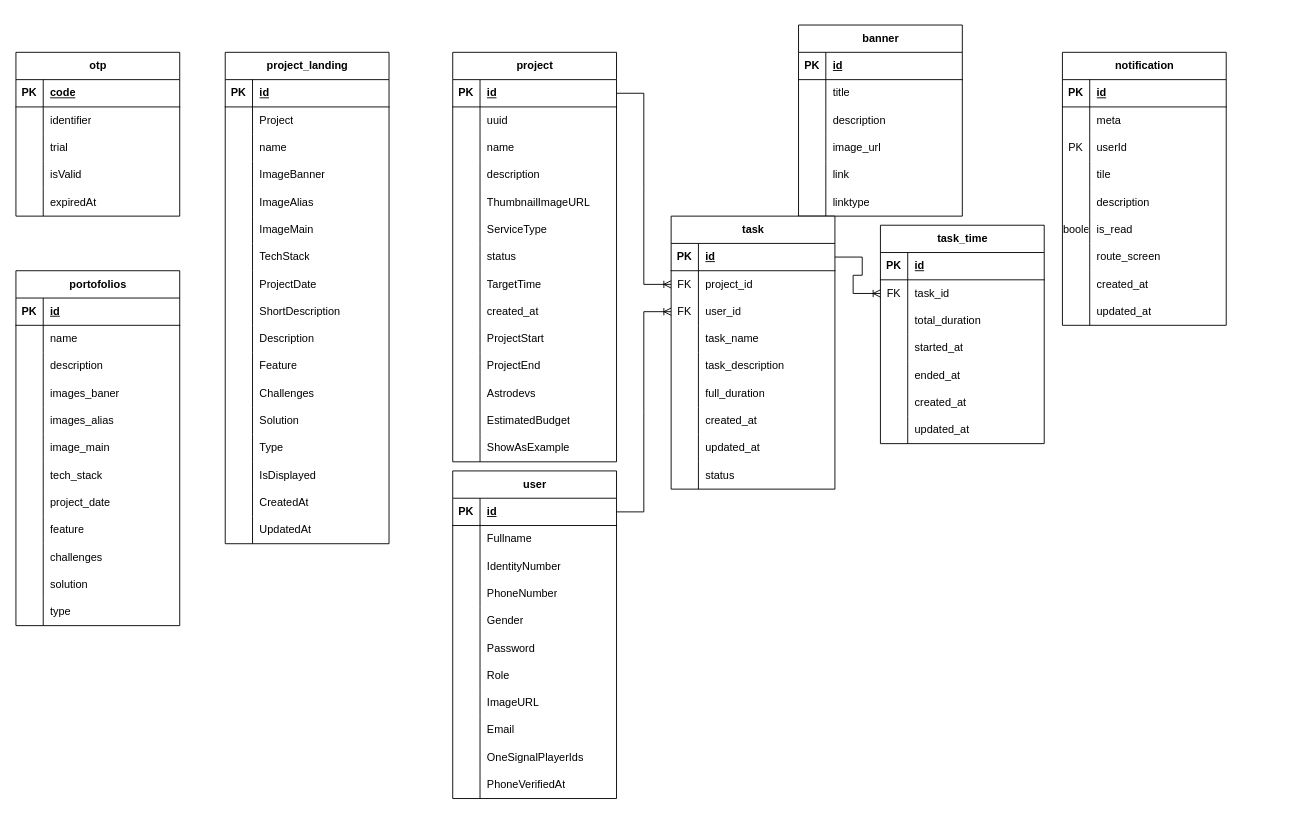
The draw.io diagram starspace/db_codespacex.drawio in DemoNicky/technical-test, before the edit. Source tidied: cells renumbered, new cells numbered last; positions are measured from the earlier drawing's top-left corner, leaving out a move shared by most shapes. Both pictures are drawn from the tidied source at 91%, with x=0, y=0 at pixel (15, 25).
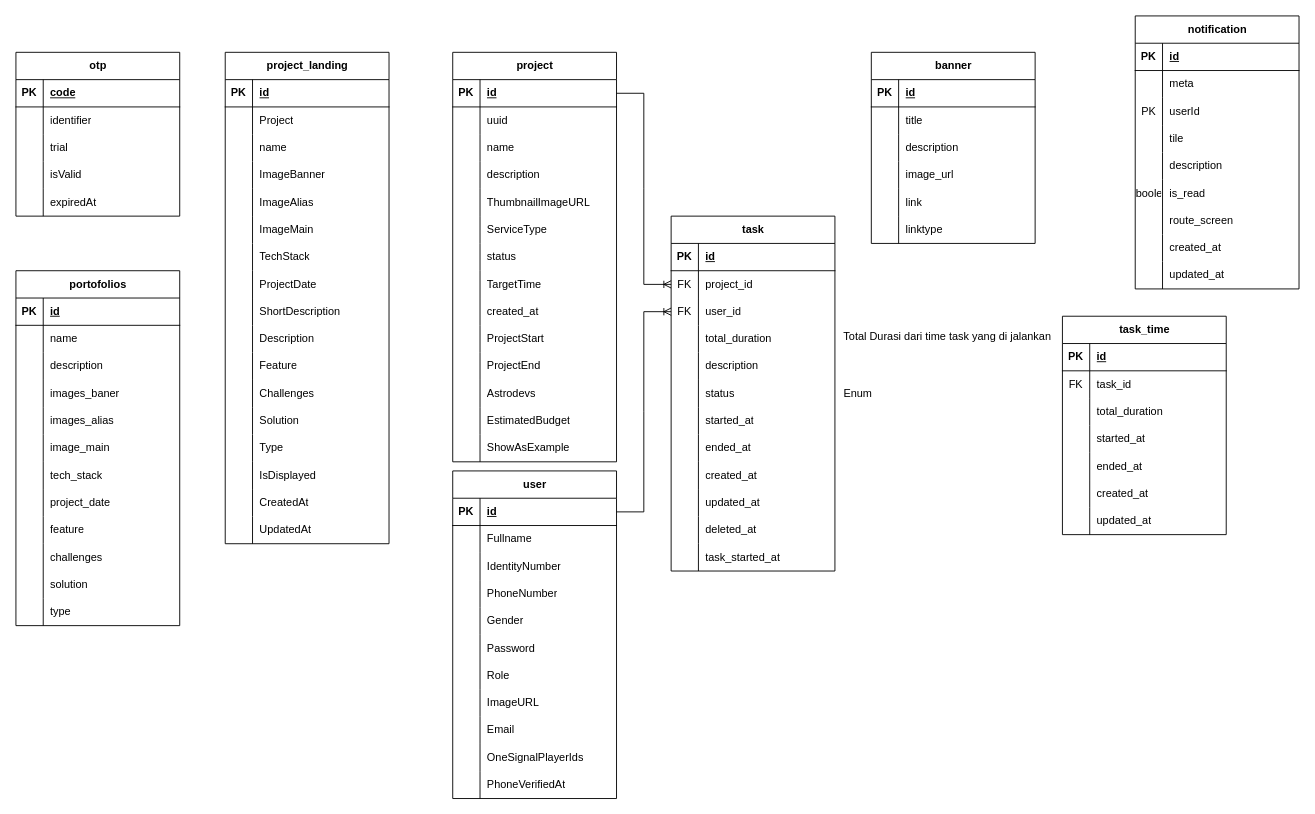
After the change.

Unchanged cells that the change refers to:
```xml
<mxCell id="232" style="shape=tableRow;horizontal=0;startSize=0;swimlaneHead=0;swimlaneBody=0;fillColor=none;points=[[0,0.5],[1,0.5]];portConstraint=eastwest;top=0;left=0;right=0;bottom=1;" parent="231" vertex="1">
  <mxGeometry y="30" width="180" height="30" as="geometry" />
</mxCell>
<mxCell id="241" style="shape=tableRow;horizontal=0;startSize=0;swimlaneHead=0;swimlaneBody=0;fillColor=none;top=0;left=0;right=0;bottom=0;" parent="231" vertex="1">
  <mxGeometry y="120" width="180" height="30" as="geometry" />
</mxCell>
<mxCell id="244" style="shape=tableRow;horizontal=0;startSize=0;swimlaneHead=0;swimlaneBody=0;fillColor=none;top=0;left=0;right=0;bottom=0;" parent="231" vertex="1">
  <mxGeometry y="150" width="180" height="30" as="geometry" />
</mxCell>
<mxCell id="247" style="shape=tableRow;horizontal=0;startSize=0;swimlaneHead=0;swimlaneBody=0;fillColor=none;top=0;left=0;right=0;bottom=0;" parent="231" vertex="1">
  <mxGeometry y="180" width="180" height="30" as="geometry" />
</mxCell>
<mxCell id="250" style="shape=tableRow;horizontal=0;startSize=0;swimlaneHead=0;swimlaneBody=0;fillColor=none;top=0;left=0;right=0;bottom=0;" parent="231" vertex="1">
  <mxGeometry y="210" width="180" height="30" as="geometry" />
</mxCell>
<mxCell id="253" style="shape=tableRow;horizontal=0;startSize=0;swimlaneHead=0;swimlaneBody=0;fillColor=none;top=0;left=0;right=0;bottom=0;" parent="231" vertex="1">
  <mxGeometry y="240" width="180" height="30" as="geometry" />
</mxCell>
<mxCell id="256" style="shape=tableRow;horizontal=0;startSize=0;swimlaneHead=0;swimlaneBody=0;fillColor=none;top=0;left=0;right=0;bottom=0;" parent="231" vertex="1">
  <mxGeometry y="270" width="180" height="30" as="geometry" />
</mxCell>
<mxCell id="263" style="shape=tableRow;horizontal=0;startSize=0;swimlaneHead=0;swimlaneBody=0;fillColor=none;points=[[0,0.5],[1,0.5]];portConstraint=eastwest;top=0;left=0;right=0;bottom=0;" parent="259" vertex="1">
  <mxGeometry y="60" width="180" height="30" as="geometry" />
</mxCell>
```

Diff of the diagram source:
```diff
@@
     <mxCell id="18" value="banner" style="shape=table;startSize=30;childLayout=tableLayout;rowLines=0;fontStyle=1;align=center;html=1;" parent="1" vertex="1">
-      <mxGeometry x="860" width="180" height="210" as="geometry" />
+      <mxGeometry x="940" y="30" width="180" height="210" as="geometry" />
     </mxCell>
@@
     <mxCell id="37" value="notification" style="shape=table;startSize=30;childLayout=tableLayout;rowLines=0;fontStyle=1;align=center;html=1;" parent="1" vertex="1">
-      <mxGeometry x="1150" y="30" width="180" height="300" as="geometry" />
+      <mxGeometry x="1230" y="-10" width="180" height="300" as="geometry" />
     </mxCell>
@@
     <mxCell id="231" value="task" style="shape=table;startSize=30;childLayout=tableLayout;rowLines=0;fontStyle=1;align=center;html=1;" parent="1" vertex="1">
-      <mxGeometry x="720" y="210" width="180" height="300" as="geometry" />
+      <mxGeometry x="720" y="210" width="180" height="390" as="geometry" />
     </mxCell>
@@
-    <mxCell id="243" value="task_name" style="shape=partialRectangle;fillColor=none;top=0;left=0;bottom=0;right=0;align=left;spacingLeft=6;overflow=hidden;whiteSpace=wrap;html=1;" parent="241" vertex="1">
+    <mxCell id="243" value="total_duration" style="shape=partialRectangle;fillColor=none;top=0;left=0;bottom=0;right=0;align=left;spacingLeft=6;overflow=hidden;whiteSpace=wrap;html=1;" parent="241" vertex="1">
       <mxGeometry x="30" width="150" height="30" as="geometry" />
     </mxCell>
@@
-    <mxCell id="246" value="task_description" style="shape=partialRectangle;fillColor=none;top=0;left=0;bottom=0;right=0;align=left;spacingLeft=6;overflow=hidden;whiteSpace=wrap;html=1;" parent="244" vertex="1">
+    <mxCell id="246" value="description" style="shape=partialRectangle;fillColor=none;top=0;left=0;bottom=0;right=0;align=left;spacingLeft=6;overflow=hidden;whiteSpace=wrap;html=1;" parent="244" vertex="1">
       <mxGeometry x="30" width="150" height="30" as="geometry" />
     </mxCell>
@@
-    <mxCell id="249" value="full_duration" style="shape=partialRectangle;fillColor=none;top=0;left=0;bottom=0;right=0;align=left;spacingLeft=6;overflow=hidden;whiteSpace=wrap;html=1;" parent="247" vertex="1">
+    <mxCell id="249" value="status" style="shape=partialRectangle;fillColor=none;top=0;left=0;bottom=0;right=0;align=left;spacingLeft=6;overflow=hidden;whiteSpace=wrap;html=1;" parent="247" vertex="1">
       <mxGeometry x="30" width="150" height="30" as="geometry" />
     </mxCell>
@@
-    <mxCell id="252" value="created_at" style="shape=partialRectangle;fillColor=none;top=0;left=0;bottom=0;right=0;align=left;spacingLeft=6;overflow=hidden;whiteSpace=wrap;html=1;" parent="250" vertex="1">
+    <mxCell id="252" value="started_at" style="shape=partialRectangle;fillColor=none;top=0;left=0;bottom=0;right=0;align=left;spacingLeft=6;overflow=hidden;whiteSpace=wrap;html=1;" parent="250" vertex="1">
       <mxGeometry x="30" width="150" height="30" as="geometry" />
     </mxCell>
@@
-    <mxCell id="255" value="updated_at" style="shape=partialRectangle;fillColor=none;top=0;left=0;bottom=0;right=0;align=left;spacingLeft=6;overflow=hidden;whiteSpace=wrap;html=1;" parent="253" vertex="1">
+    <mxCell id="255" value="ended_at" style="shape=partialRectangle;fillColor=none;top=0;left=0;bottom=0;right=0;align=left;spacingLeft=6;overflow=hidden;whiteSpace=wrap;html=1;" parent="253" vertex="1">
       <mxGeometry x="30" width="150" height="30" as="geometry" />
     </mxCell>
@@
-    <mxCell id="258" value="status" style="shape=partialRectangle;fillColor=none;top=0;left=0;bottom=0;right=0;align=left;spacingLeft=6;overflow=hidden;whiteSpace=wrap;html=1;" parent="256" vertex="1">
+    <mxCell id="258" value="created_at&lt;span style=&quot;white-space: pre;&quot;&gt;&#9;&lt;/span&gt;" style="shape=partialRectangle;fillColor=none;top=0;left=0;bottom=0;right=0;align=left;spacingLeft=6;overflow=hidden;whiteSpace=wrap;html=1;" parent="256" vertex="1">
       <mxGeometry x="30" width="150" height="30" as="geometry" />
     </mxCell>
+    <mxCell id="284" style="shape=tableRow;horizontal=0;startSize=0;swimlaneHead=0;swimlaneBody=0;fillColor=none;top=0;left=0;right=0;bottom=0;" parent="231" vertex="1">
+      <mxGeometry y="300" width="180" height="30" as="geometry" />
+    </mxCell>
+    <mxCell id="285" style="shape=partialRectangle;fillColor=none;top=0;left=0;bottom=0;right=0;overflow=hidden;whiteSpace=wrap;html=1;" parent="284" vertex="1">
+      <mxGeometry width="30" height="30" as="geometry" />
+    </mxCell>
+    <mxCell id="286" value="updated_at" style="shape=partialRectangle;fillColor=none;top=0;left=0;bottom=0;right=0;align=left;spacingLeft=6;overflow=hidden;whiteSpace=wrap;html=1;" parent="284" vertex="1">
+      <mxGeometry x="30" width="150" height="30" as="geometry" />
+    </mxCell>
+    <mxCell id="287" style="shape=tableRow;horizontal=0;startSize=0;swimlaneHead=0;swimlaneBody=0;fillColor=none;top=0;left=0;right=0;bottom=0;" parent="231" vertex="1">
+      <mxGeometry y="330" width="180" height="30" as="geometry" />
+    </mxCell>
+    <mxCell id="288" style="shape=partialRectangle;fillColor=none;top=0;left=0;bottom=0;right=0;overflow=hidden;whiteSpace=wrap;html=1;" parent="287" vertex="1">
+      <mxGeometry width="30" height="30" as="geometry" />
+    </mxCell>
+    <mxCell id="289" value="deleted_at" style="shape=partialRectangle;fillColor=none;top=0;left=0;bottom=0;right=0;align=left;spacingLeft=6;overflow=hidden;whiteSpace=wrap;html=1;" parent="287" vertex="1">
+      <mxGeometry x="30" width="150" height="30" as="geometry" />
+    </mxCell>
+    <mxCell id="290" style="shape=tableRow;horizontal=0;startSize=0;swimlaneHead=0;swimlaneBody=0;fillColor=none;top=0;left=0;right=0;bottom=0;" parent="231" vertex="1">
+      <mxGeometry y="360" width="180" height="30" as="geometry" />
+    </mxCell>
+    <mxCell id="291" style="shape=partialRectangle;fillColor=none;top=0;left=0;bottom=0;right=0;overflow=hidden;whiteSpace=wrap;html=1;" parent="290" vertex="1">
+      <mxGeometry width="30" height="30" as="geometry" />
+    </mxCell>
+    <mxCell id="292" value="task_started_at" style="shape=partialRectangle;fillColor=none;top=0;left=0;bottom=0;right=0;align=left;spacingLeft=6;overflow=hidden;whiteSpace=wrap;html=1;" parent="290" vertex="1">
+      <mxGeometry x="30" width="150" height="30" as="geometry" />
+    </mxCell>
     <mxCell id="259" value="task_time" style="shape=table;startSize=30;childLayout=tableLayout;rowLines=0;fontStyle=1;align=center;html=1;" parent="1" vertex="1">
-      <mxGeometry x="950" y="220" width="180" height="240" as="geometry" />
+      <mxGeometry x="1150" y="320" width="180" height="240" as="geometry" />
     </mxCell>
@@
-    <mxCell id="283" style="edgeStyle=entityRelationEdgeStyle;fontSize=12;html=1;endArrow=ERoneToMany;rounded=0;exitX=1;exitY=0.5;exitDx=0;exitDy=0;entryX=0;entryY=0.5;entryDx=0;entryDy=0;" parent="1" edge="1" source="232" target="263">
-      <mxGeometry relative="1" as="geometry" />
-    </mxCell>
+    <mxCell id="293" value="Enum" style="text;html=1;align=center;verticalAlign=middle;strokeColor=none;fillColor=none;" parent="1" vertex="1">
+      <mxGeometry x="900" y="390" width="50" height="30" as="geometry" />
+    </mxCell>
+    <mxCell id="294" value="Total Durasi dari time task yang di jalankan&amp;nbsp;" style="text;html=1;align=center;verticalAlign=middle;strokeColor=none;fillColor=none;" parent="1" vertex="1">
+      <mxGeometry x="900" y="328" width="250" height="30" as="geometry" />
+    </mxCell>
```
